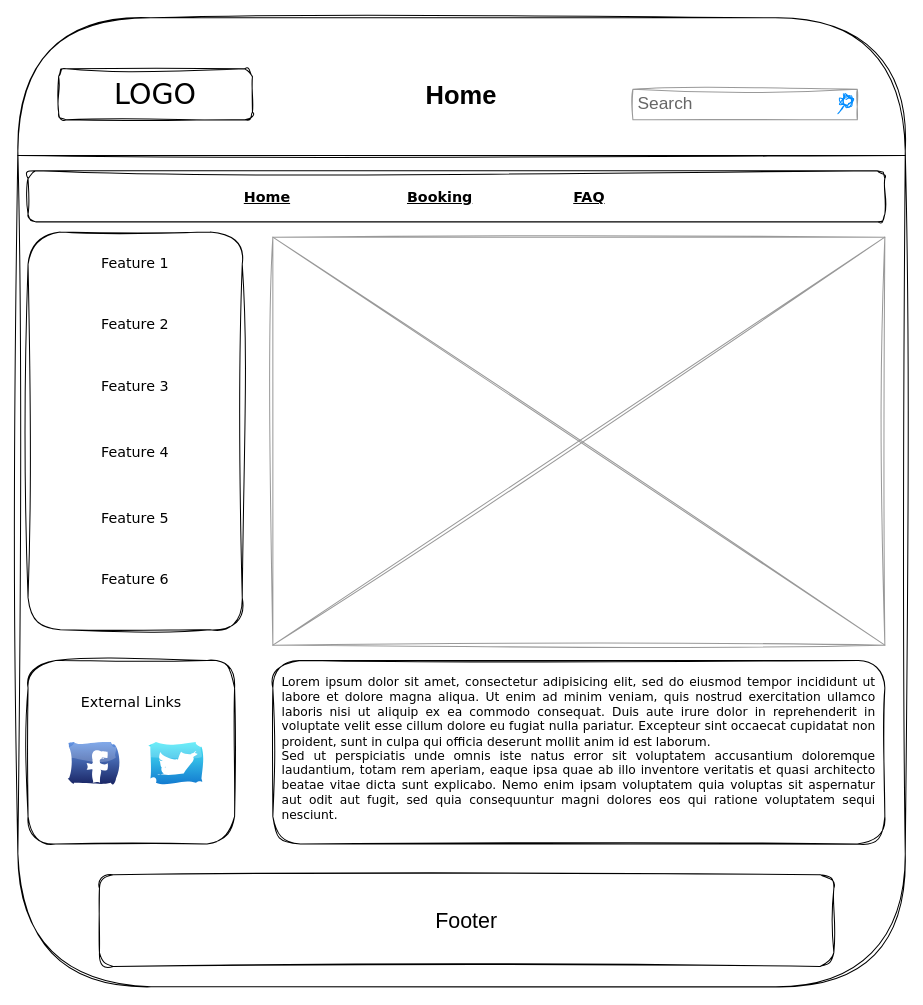
Earlier version of the draw.io diagram page "Home" (1 of 5) of Untitled Diagram.drawio (jesus101589/UX-Design-D479). Source tidied: cells renumbered, new cells numbered last; positions are measured from the earlier drawing's top-left corner, leaving out a move shared by most shapes. Both pictures are drawn from the tidied source at 102%, with x=0, y=0 at pixel (17, 17).
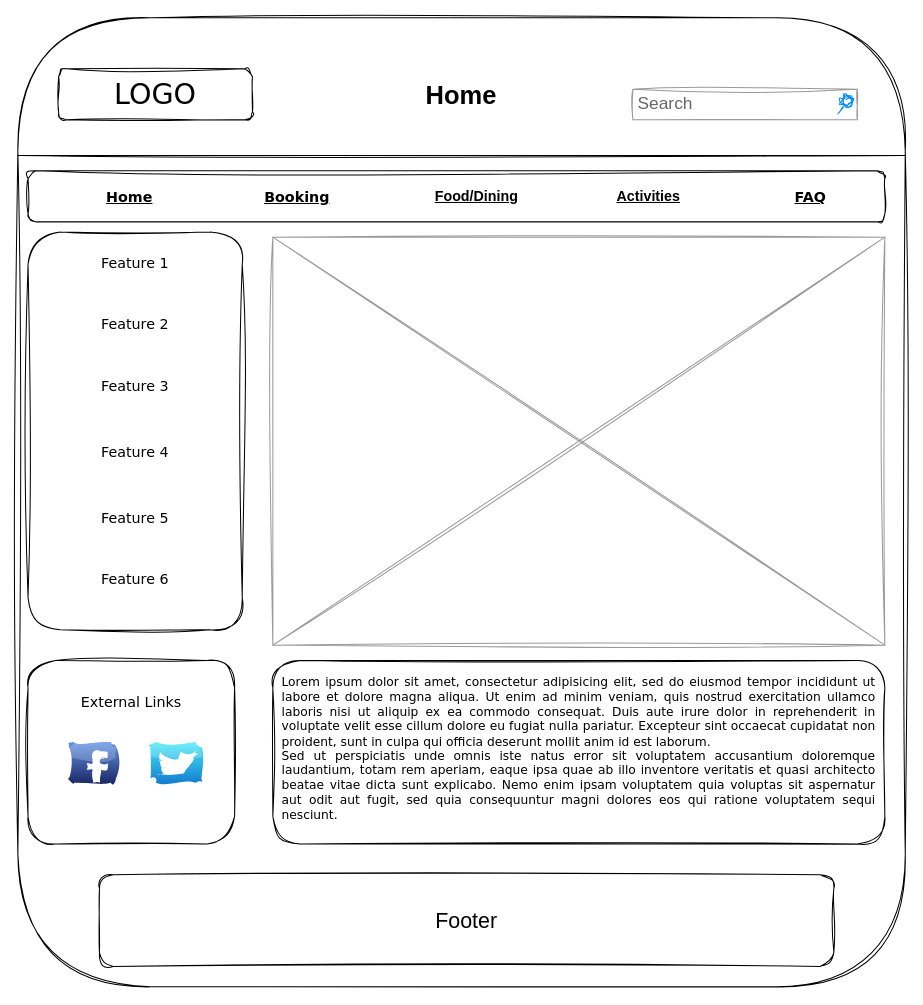
The same diagram, later.

The edit, as a diff of the source:
```diff
@@
     <mxCell id="7" value="&lt;b&gt;&lt;u&gt;Home&lt;/u&gt;&lt;/b&gt;" style="text;html=1;align=left;verticalAlign=top;spacingTop=-4;fontSize=14;fontFamily=Verdana;rounded=1;sketch=1;curveFitting=1;jiggle=2;" parent="1" vertex="1">
-      <mxGeometry x="220" y="165" width="60" height="20" as="geometry" />
+      <mxGeometry x="85" y="165" width="60" height="20" as="geometry" />
     </mxCell>
     <mxCell id="8" value="&lt;b&gt;&lt;u&gt;Booking&lt;/u&gt;&lt;/b&gt;" style="text;html=1;align=left;verticalAlign=top;spacingTop=-4;fontSize=14;fontFamily=Verdana;rounded=1;sketch=1;curveFitting=1;jiggle=2;" parent="1" vertex="1">
-      <mxGeometry x="380" y="165" width="60" height="20" as="geometry" />
+      <mxGeometry x="240" y="165" width="60" height="20" as="geometry" />
     </mxCell>
     <mxCell id="9" value="&lt;b&gt;&lt;u&gt;FAQ&lt;/u&gt;&lt;/b&gt;" style="text;html=1;align=left;verticalAlign=top;spacingTop=-4;fontSize=14;fontFamily=Verdana;rounded=1;sketch=1;curveFitting=1;jiggle=2;" parent="1" vertex="1">
-      <mxGeometry x="543" y="165" width="60" height="20" as="geometry" />
+      <mxGeometry x="760" y="165" width="60" height="20" as="geometry" />
     </mxCell>
@@
+    <mxCell id="25" value="&lt;u style=&quot;&quot;&gt;&lt;b style=&quot;&quot;&gt;&lt;font style=&quot;font-size: 14px;&quot; face=&quot;Helvetica&quot;&gt;Food/Dining&lt;/font&gt;&lt;/b&gt;&lt;/u&gt;" style="text;html=1;align=center;verticalAlign=middle;whiteSpace=wrap;rounded=0;fontFamily=Architects Daughter;" parent="1" vertex="1">
+      <mxGeometry x="410" y="160" width="80" height="30" as="geometry" />
+    </mxCell>
+    <mxCell id="26" value="&lt;font face=&quot;Helvetica&quot; style=&quot;font-size: 14px;&quot;&gt;&lt;b&gt;&lt;u&gt;Activities&lt;/u&gt;&lt;/b&gt;&lt;/font&gt;" style="text;html=1;align=center;verticalAlign=middle;whiteSpace=wrap;rounded=0;fontFamily=Architects Daughter;" parent="1" vertex="1">
+      <mxGeometry x="570" y="160" width="97" height="30" as="geometry" />
+    </mxCell>
```
